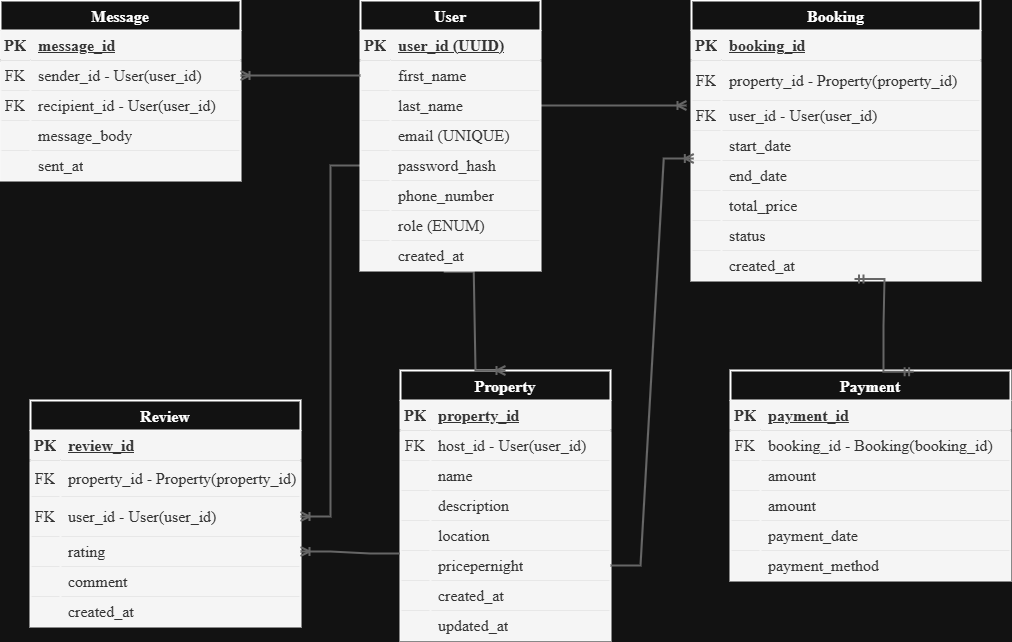
Before: ERD/erd.png, a diagram exported from draw.io (AbdurrahmanIdr/alx-airbnb-database). Source tidied: cells renumbered, new cells last; positions are measured from the earlier drawing's top-left corner, leaving out a move shared by most shapes.
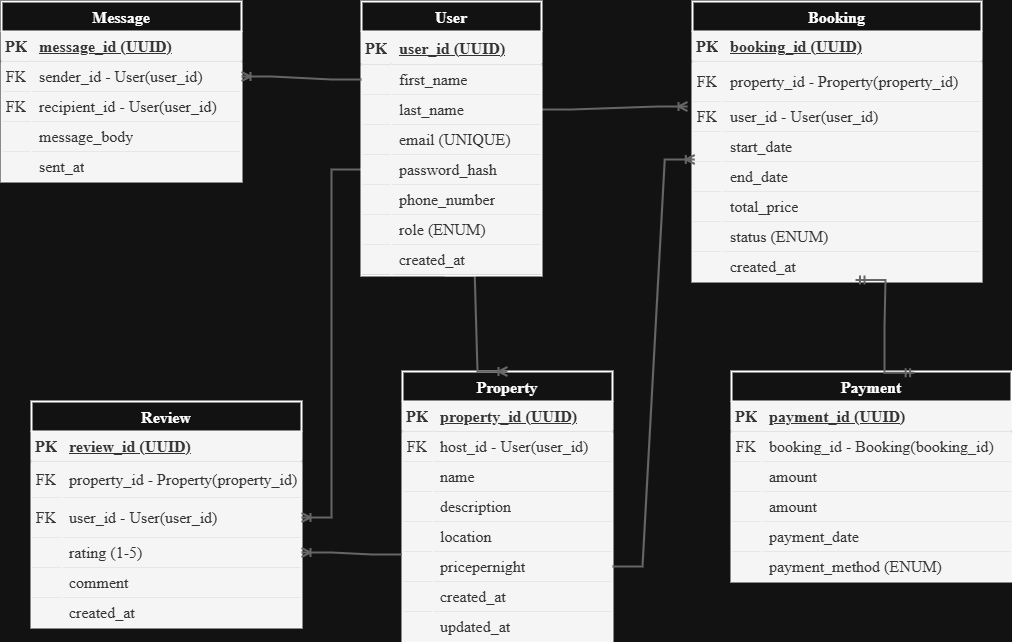
The same diagram one commit later.

Commit message:
update: updated the erd diagram to the database model

Diff of the diagram source:
```diff
@@ -3,7 +3,7 @@
     <mxCell id="0" />
     <mxCell id="1" parent="0" />
     <mxCell id="2" value="Property" style="shape=table;startSize=30;rowLines=0;fontStyle=1;align=center;strokeWidth=2;fontFamily=Garamond;fontSize=16;labelBackgroundColor=none;labelBorderColor=none;rounded=0;" parent="1" vertex="1">
-      <mxGeometry x="400" y="370" width="210" height="270" as="geometry" />
+      <mxGeometry x="401" y="370" width="210" height="270" as="geometry" />
     </mxCell>
     <mxCell id="3" style="shape=tableRow;horizontal=0;startSize=0;swimlaneHead=0;swimlaneBody=0;top=0;left=0;right=0;bottom=1;strokeWidth=2;fontFamily=Garamond;fontSize=16;labelBackgroundColor=none;labelBorderColor=none;rounded=0;fillColor=#f5f5f5;strokeColor=#666666;fontColor=#333333;" parent="2" vertex="1">
       <mxGeometry y="30" width="210" height="30" as="geometry" />
@@ -11,7 +11,7 @@
     <mxCell id="4" value="PK" style="shape=partialRectangle;top=0;left=0;bottom=0;right=0;fontStyle=1;overflow=hidden;whiteSpace=wrap;strokeWidth=2;fontFamily=Garamond;fontSize=16;labelBackgroundColor=none;labelBorderColor=none;rounded=0;fillColor=#f5f5f5;strokeColor=#666666;fontColor=#333333;" parent="3" vertex="1">
       <mxGeometry width="30" height="30" as="geometry" />
     </mxCell>
-    <mxCell id="5" value="property_id" style="shape=partialRectangle;top=0;left=0;bottom=0;right=0;align=left;spacingLeft=6;fontStyle=5;overflow=hidden;whiteSpace=wrap;strokeWidth=2;fontFamily=Garamond;fontSize=16;labelBackgroundColor=none;labelBorderColor=none;rounded=0;fillColor=#f5f5f5;strokeColor=#666666;fontColor=#333333;" parent="3" vertex="1">
+    <mxCell id="5" value="property_id (UUID)" style="shape=partialRectangle;top=0;left=0;bottom=0;right=0;align=left;spacingLeft=6;fontStyle=5;overflow=hidden;whiteSpace=wrap;strokeWidth=2;fontFamily=Garamond;fontSize=16;labelBackgroundColor=none;labelBorderColor=none;rounded=0;fillColor=#f5f5f5;strokeColor=#666666;fontColor=#333333;" parent="3" vertex="1">
       <mxGeometry x="30" width="180" height="30" as="geometry" />
     </mxCell>
     <mxCell id="6" style="shape=tableRow;horizontal=0;startSize=0;swimlaneHead=0;swimlaneBody=0;top=0;left=0;right=0;bottom=0;strokeWidth=2;fontFamily=Garamond;fontSize=16;labelBackgroundColor=none;labelBorderColor=none;rounded=0;fillColor=#f5f5f5;strokeColor=#666666;fontColor=#333333;" parent="2" vertex="1">
@@ -86,7 +86,7 @@
     <mxCell id="29" value="PK" style="shape=partialRectangle;top=0;left=0;bottom=0;right=0;fontStyle=1;overflow=hidden;whiteSpace=wrap;strokeWidth=2;fontFamily=Garamond;fontSize=16;labelBackgroundColor=none;labelBorderColor=none;rounded=0;fillColor=#f5f5f5;strokeColor=#666666;fontColor=#333333;" parent="28" vertex="1">
       <mxGeometry width="30" height="30" as="geometry" />
     </mxCell>
-    <mxCell id="30" value="booking_id" style="shape=partialRectangle;top=0;left=0;bottom=0;right=0;align=left;spacingLeft=6;fontStyle=5;overflow=hidden;whiteSpace=wrap;strokeWidth=2;fontFamily=Garamond;fontSize=16;labelBackgroundColor=none;labelBorderColor=none;rounded=0;fillColor=#f5f5f5;strokeColor=#666666;fontColor=#333333;" parent="28" vertex="1">
+    <mxCell id="30" value="booking_id (UUID)" style="shape=partialRectangle;top=0;left=0;bottom=0;right=0;align=left;spacingLeft=6;fontStyle=5;overflow=hidden;whiteSpace=wrap;strokeWidth=2;fontFamily=Garamond;fontSize=16;labelBackgroundColor=none;labelBorderColor=none;rounded=0;fillColor=#f5f5f5;strokeColor=#666666;fontColor=#333333;" parent="28" vertex="1">
       <mxGeometry x="30" width="259" height="30" as="geometry" />
     </mxCell>
     <mxCell id="31" style="shape=tableRow;horizontal=0;startSize=0;swimlaneHead=0;swimlaneBody=0;top=0;left=0;right=0;bottom=0;strokeWidth=2;fontFamily=Garamond;fontSize=16;labelBackgroundColor=none;labelBorderColor=none;rounded=0;fillColor=#f5f5f5;strokeColor=#666666;fontColor=#333333;" parent="27" vertex="1">
@@ -140,7 +140,7 @@
     <mxCell id="47" style="shape=partialRectangle;top=0;left=0;bottom=0;right=0;overflow=hidden;whiteSpace=wrap;strokeWidth=2;fontFamily=Garamond;fontSize=16;labelBackgroundColor=none;labelBorderColor=none;rounded=0;fillColor=#f5f5f5;strokeColor=#666666;fontColor=#333333;" parent="46" vertex="1">
       <mxGeometry width="30" height="30" as="geometry" />
     </mxCell>
-    <mxCell id="48" value="status" style="shape=partialRectangle;top=0;left=0;bottom=0;right=0;align=left;spacingLeft=6;overflow=hidden;whiteSpace=wrap;strokeWidth=2;fontFamily=Garamond;fontSize=16;labelBackgroundColor=none;labelBorderColor=none;rounded=0;fillColor=#f5f5f5;strokeColor=#666666;fontColor=#333333;" parent="46" vertex="1">
+    <mxCell id="48" value="status (ENUM)" style="shape=partialRectangle;top=0;left=0;bottom=0;right=0;align=left;spacingLeft=6;overflow=hidden;whiteSpace=wrap;strokeWidth=2;fontFamily=Garamond;fontSize=16;labelBackgroundColor=none;labelBorderColor=none;rounded=0;fillColor=#f5f5f5;strokeColor=#666666;fontColor=#333333;" parent="46" vertex="1">
       <mxGeometry x="30" width="259" height="30" as="geometry" />
     </mxCell>
     <mxCell id="49" style="shape=tableRow;horizontal=0;startSize=0;swimlaneHead=0;swimlaneBody=0;points=[[0,0.5],[1,0.5]];portConstraint=eastwest;top=0;left=0;right=0;bottom=0;strokeWidth=2;fontFamily=Garamond;fontSize=16;labelBackgroundColor=none;labelBorderColor=none;rounded=0;fillColor=#f5f5f5;strokeColor=#666666;fontColor=#333333;" parent="27" vertex="1">
@@ -161,7 +161,7 @@
     <mxCell id="54" value="PK" style="shape=partialRectangle;top=0;left=0;bottom=0;right=0;fontStyle=1;overflow=hidden;whiteSpace=wrap;strokeWidth=2;fontFamily=Garamond;fontSize=16;labelBackgroundColor=none;labelBorderColor=none;rounded=0;fillColor=#f5f5f5;strokeColor=#666666;fontColor=#333333;" parent="53" vertex="1">
       <mxGeometry width="30" height="30" as="geometry" />
     </mxCell>
-    <mxCell id="55" value="payment_id" style="shape=partialRectangle;top=0;left=0;bottom=0;right=0;align=left;spacingLeft=6;fontStyle=5;overflow=hidden;whiteSpace=wrap;strokeWidth=2;fontFamily=Garamond;fontSize=16;labelBackgroundColor=none;labelBorderColor=none;rounded=0;fillColor=#f5f5f5;strokeColor=#666666;fontColor=#333333;" parent="53" vertex="1">
+    <mxCell id="55" value="payment_id (UUID)" style="shape=partialRectangle;top=0;left=0;bottom=0;right=0;align=left;spacingLeft=6;fontStyle=5;overflow=hidden;whiteSpace=wrap;strokeWidth=2;fontFamily=Garamond;fontSize=16;labelBackgroundColor=none;labelBorderColor=none;rounded=0;fillColor=#f5f5f5;strokeColor=#666666;fontColor=#333333;" parent="53" vertex="1">
       <mxGeometry x="30" width="250" height="30" as="geometry" />
     </mxCell>
     <mxCell id="56" style="shape=tableRow;horizontal=0;startSize=0;swimlaneHead=0;swimlaneBody=0;top=0;left=0;right=0;bottom=0;strokeWidth=2;fontFamily=Garamond;fontSize=16;labelBackgroundColor=none;labelBorderColor=none;rounded=0;fillColor=#f5f5f5;strokeColor=#666666;fontColor=#333333;" parent="52" vertex="1">
@@ -206,7 +206,7 @@
     <mxCell id="69" style="shape=partialRectangle;top=0;left=0;bottom=0;right=0;overflow=hidden;whiteSpace=wrap;strokeWidth=2;fontFamily=Garamond;fontSize=16;labelBackgroundColor=none;labelBorderColor=none;rounded=0;fillColor=#f5f5f5;strokeColor=#666666;fontColor=#333333;" parent="68" vertex="1">
       <mxGeometry width="30" height="30" as="geometry" />
     </mxCell>
-    <mxCell id="70" value="payment_method" style="shape=partialRectangle;top=0;left=0;bottom=0;right=0;align=left;spacingLeft=6;overflow=hidden;whiteSpace=wrap;strokeWidth=2;fontFamily=Garamond;fontSize=16;labelBackgroundColor=none;labelBorderColor=none;rounded=0;fillColor=#f5f5f5;strokeColor=#666666;fontColor=#333333;" parent="68" vertex="1">
+    <mxCell id="70" value="payment_method (ENUM)" style="shape=partialRectangle;top=0;left=0;bottom=0;right=0;align=left;spacingLeft=6;overflow=hidden;whiteSpace=wrap;strokeWidth=2;fontFamily=Garamond;fontSize=16;labelBackgroundColor=none;labelBorderColor=none;rounded=0;fillColor=#f5f5f5;strokeColor=#666666;fontColor=#333333;" parent="68" vertex="1">
       <mxGeometry x="30" width="250" height="30" as="geometry" />
     </mxCell>
     <mxCell id="71" value="Message" style="shape=table;startSize=30;rowLines=0;fontStyle=1;align=center;strokeWidth=2;fontFamily=Garamond;fontSize=16;labelBackgroundColor=none;labelBorderColor=none;rounded=0;" parent="1" vertex="1">
@@ -218,7 +218,7 @@
     <mxCell id="73" value="PK" style="shape=partialRectangle;top=0;left=0;bottom=0;right=0;fontStyle=1;overflow=hidden;whiteSpace=wrap;strokeWidth=2;fontFamily=Garamond;fontSize=16;labelBackgroundColor=none;labelBorderColor=none;rounded=0;fillColor=#f5f5f5;strokeColor=#666666;fontColor=#333333;" parent="72" vertex="1">
       <mxGeometry width="30" height="30" as="geometry" />
     </mxCell>
-    <mxCell id="74" value="message_id" style="shape=partialRectangle;top=0;left=0;bottom=0;right=0;align=left;spacingLeft=6;fontStyle=5;overflow=hidden;whiteSpace=wrap;strokeWidth=2;fontFamily=Garamond;fontSize=16;labelBackgroundColor=none;labelBorderColor=none;rounded=0;fillColor=#f5f5f5;strokeColor=#666666;fontColor=#333333;" parent="72" vertex="1">
+    <mxCell id="74" value="message_id (UUID)" style="shape=partialRectangle;top=0;left=0;bottom=0;right=0;align=left;spacingLeft=6;fontStyle=5;overflow=hidden;whiteSpace=wrap;strokeWidth=2;fontFamily=Garamond;fontSize=16;labelBackgroundColor=none;labelBorderColor=none;rounded=0;fillColor=#f5f5f5;strokeColor=#666666;fontColor=#333333;" parent="72" vertex="1">
       <mxGeometry x="30" width="210" height="30" as="geometry" />
     </mxCell>
     <mxCell id="75" style="shape=tableRow;horizontal=0;startSize=0;swimlaneHead=0;swimlaneBody=0;points=[[0,0.5],[1,0.5]];portConstraint=eastwest;top=0;left=0;right=0;bottom=0;strokeWidth=2;fontFamily=Garamond;fontSize=16;labelBackgroundColor=none;labelBorderColor=none;rounded=0;fillColor=#f5f5f5;strokeColor=#666666;fontColor=#333333;" parent="71" vertex="1">
@@ -266,7 +266,7 @@
     <mxCell id="89" value="PK" style="shape=partialRectangle;top=0;left=0;bottom=0;right=0;fontStyle=1;overflow=hidden;whiteSpace=wrap;strokeWidth=2;fontFamily=Garamond;fontSize=16;labelBackgroundColor=none;labelBorderColor=none;rounded=0;fillColor=#f5f5f5;strokeColor=#666666;fontColor=#333333;" parent="88" vertex="1">
       <mxGeometry width="30" height="30" as="geometry" />
     </mxCell>
-    <mxCell id="90" value="review_id" style="shape=partialRectangle;top=0;left=0;bottom=0;right=0;align=left;spacingLeft=6;fontStyle=5;overflow=hidden;whiteSpace=wrap;strokeWidth=2;fontFamily=Garamond;fontSize=16;labelBackgroundColor=none;labelBorderColor=none;rounded=0;fillColor=#f5f5f5;strokeColor=#666666;fontColor=#333333;" parent="88" vertex="1">
+    <mxCell id="90" value="review_id (UUID)" style="shape=partialRectangle;top=0;left=0;bottom=0;right=0;align=left;spacingLeft=6;fontStyle=5;overflow=hidden;whiteSpace=wrap;strokeWidth=2;fontFamily=Garamond;fontSize=16;labelBackgroundColor=none;labelBorderColor=none;rounded=0;fillColor=#f5f5f5;strokeColor=#666666;fontColor=#333333;" parent="88" vertex="1">
       <mxGeometry x="30" width="240" height="30" as="geometry" />
     </mxCell>
     <mxCell id="91" style="shape=tableRow;horizontal=0;startSize=0;swimlaneHead=0;swimlaneBody=0;top=0;left=0;right=0;bottom=0;strokeWidth=2;fontFamily=Garamond;fontSize=16;labelBackgroundColor=none;labelBorderColor=none;rounded=0;fillColor=#f5f5f5;strokeColor=#666666;fontColor=#333333;" parent="87" vertex="1">
@@ -293,7 +293,7 @@
     <mxCell id="98" style="shape=partialRectangle;top=0;left=0;bottom=0;right=0;overflow=hidden;whiteSpace=wrap;strokeWidth=2;fontFamily=Garamond;fontSize=16;labelBackgroundColor=none;labelBorderColor=none;rounded=0;fillColor=#f5f5f5;strokeColor=#666666;fontColor=#333333;" parent="97" vertex="1">
       <mxGeometry width="30" height="30" as="geometry" />
     </mxCell>
-    <mxCell id="99" value="rating" style="shape=partialRectangle;top=0;left=0;bottom=0;right=0;align=left;spacingLeft=6;overflow=hidden;whiteSpace=wrap;strokeWidth=2;fontFamily=Garamond;fontSize=16;labelBackgroundColor=none;labelBorderColor=none;rounded=0;fillColor=#f5f5f5;strokeColor=#666666;fontColor=#333333;" parent="97" vertex="1">
+    <mxCell id="99" value="rating (1-5)" style="shape=partialRectangle;top=0;left=0;bottom=0;right=0;align=left;spacingLeft=6;overflow=hidden;whiteSpace=wrap;strokeWidth=2;fontFamily=Garamond;fontSize=16;labelBackgroundColor=none;labelBorderColor=none;rounded=0;fillColor=#f5f5f5;strokeColor=#666666;fontColor=#333333;" parent="97" vertex="1">
       <mxGeometry x="30" width="240" height="30" as="geometry" />
     </mxCell>
     <mxCell id="100" style="shape=tableRow;horizontal=0;startSize=0;swimlaneHead=0;swimlaneBody=0;top=0;left=0;right=0;bottom=0;strokeWidth=2;fontFamily=Garamond;fontSize=16;labelBackgroundColor=none;labelBorderColor=none;rounded=0;fillColor=#f5f5f5;strokeColor=#666666;fontColor=#333333;" parent="87" vertex="1">
@@ -326,19 +326,19 @@
       <mxGeometry relative="1" as="geometry" />
     </mxCell>
     <mxCell id="109" value="User" style="shape=table;startSize=30;rowLines=0;fontStyle=1;align=center;strokeWidth=2;fontFamily=Garamond;fontSize=16;labelBackgroundColor=none;labelBorderColor=none;rounded=0;" parent="1" vertex="1">
-      <mxGeometry x="360" width="180" height="270" as="geometry" />
+      <mxGeometry x="360" width="180" height="273.9" as="geometry" />
     </mxCell>
     <mxCell id="110" style="shape=tableRow;horizontal=0;startSize=0;swimlaneHead=0;swimlaneBody=0;top=0;left=0;right=0;bottom=1;strokeWidth=2;fontFamily=Garamond;fontSize=16;labelBackgroundColor=none;labelBorderColor=none;rounded=0;fillColor=#f5f5f5;strokeColor=#666666;fontColor=#333333;" parent="109" vertex="1">
-      <mxGeometry y="30" width="180" height="30" as="geometry" />
+      <mxGeometry y="30" width="180" height="33" as="geometry" />
     </mxCell>
     <mxCell id="111" value="PK" style="shape=partialRectangle;top=0;left=0;bottom=0;right=0;fontStyle=1;overflow=hidden;whiteSpace=wrap;strokeWidth=2;fontFamily=Garamond;fontSize=16;labelBackgroundColor=none;labelBorderColor=none;rounded=0;fillColor=#f5f5f5;strokeColor=#666666;fontColor=#333333;" parent="110" vertex="1">
-      <mxGeometry width="30" height="30" as="geometry" />
+      <mxGeometry width="30" height="33" as="geometry" />
     </mxCell>
     <mxCell id="112" value="user_id (UUID)" style="shape=partialRectangle;top=0;left=0;bottom=0;right=0;align=left;spacingLeft=6;fontStyle=5;overflow=hidden;whiteSpace=wrap;strokeWidth=2;fontFamily=Garamond;fontSize=16;labelBackgroundColor=none;labelBorderColor=none;rounded=0;fillColor=#f5f5f5;strokeColor=#666666;fontColor=#333333;" parent="110" vertex="1">
-      <mxGeometry x="30" width="150" height="30" as="geometry" />
+      <mxGeometry x="30" width="150" height="33" as="geometry" />
     </mxCell>
     <mxCell id="113" style="shape=tableRow;horizontal=0;startSize=0;swimlaneHead=0;swimlaneBody=0;points=[[0,0.5],[1,0.5]];portConstraint=eastwest;top=0;left=0;right=0;bottom=0;strokeWidth=2;fontFamily=Garamond;fontSize=16;labelBackgroundColor=none;labelBorderColor=none;rounded=0;fillColor=#f5f5f5;strokeColor=#666666;fontColor=#333333;" parent="109" vertex="1">
-      <mxGeometry y="60" width="180" height="30" as="geometry" />
+      <mxGeometry y="63" width="180" height="30" as="geometry" />
     </mxCell>
     <mxCell id="114" style="shape=partialRectangle;top=0;left=0;bottom=0;right=0;overflow=hidden;whiteSpace=wrap;strokeWidth=2;fontFamily=Garamond;fontSize=16;labelBackgroundColor=none;labelBorderColor=none;rounded=0;fillColor=#f5f5f5;strokeColor=#666666;fontColor=#333333;" parent="113" vertex="1">
       <mxGeometry width="30" height="30" as="geometry" />
@@ -347,7 +347,7 @@
       <mxGeometry x="30" width="150" height="30" as="geometry" />
     </mxCell>
     <mxCell id="116" style="shape=tableRow;horizontal=0;startSize=0;swimlaneHead=0;swimlaneBody=0;points=[[0,0.5],[1,0.5]];portConstraint=eastwest;top=0;left=0;right=0;bottom=0;strokeWidth=2;fontFamily=Garamond;fontSize=16;labelBackgroundColor=none;labelBorderColor=none;rounded=0;fillColor=#f5f5f5;strokeColor=#666666;fontColor=#333333;" parent="109" vertex="1">
-      <mxGeometry y="90" width="180" height="30" as="geometry" />
+      <mxGeometry y="93" width="180" height="30" as="geometry" />
     </mxCell>
     <mxCell id="117" style="shape=partialRectangle;top=0;left=0;bottom=0;right=0;overflow=hidden;whiteSpace=wrap;strokeWidth=2;fontFamily=Garamond;fontSize=16;labelBackgroundColor=none;labelBorderColor=none;rounded=0;fillColor=#f5f5f5;strokeColor=#666666;fontColor=#333333;" parent="116" vertex="1">
       <mxGeometry width="30" height="30" as="geometry" />
@@ -356,7 +356,7 @@
       <mxGeometry x="30" width="150" height="30" as="geometry" />
     </mxCell>
     <mxCell id="119" style="shape=tableRow;horizontal=0;startSize=0;swimlaneHead=0;swimlaneBody=0;top=0;left=0;right=0;bottom=0;strokeWidth=2;fontFamily=Garamond;fontSize=16;labelBackgroundColor=none;labelBorderColor=none;rounded=0;fillColor=#f5f5f5;strokeColor=#666666;fontColor=#333333;" parent="109" vertex="1">
-      <mxGeometry y="120" width="180" height="30" as="geometry" />
+      <mxGeometry y="123" width="180" height="30" as="geometry" />
     </mxCell>
     <mxCell id="120" style="shape=partialRectangle;top=0;left=0;bottom=0;right=0;overflow=hidden;whiteSpace=wrap;strokeWidth=2;fontFamily=Garamond;fontSize=16;labelBackgroundColor=none;labelBorderColor=none;rounded=0;fillColor=#f5f5f5;strokeColor=#666666;fontColor=#333333;" parent="119" vertex="1">
       <mxGeometry width="30" height="30" as="geometry" />
@@ -365,7 +365,7 @@
       <mxGeometry x="30" width="150" height="30" as="geometry" />
     </mxCell>
     <mxCell id="122" style="shape=tableRow;horizontal=0;startSize=0;swimlaneHead=0;swimlaneBody=0;points=[[0,0.5],[1,0.5]];portConstraint=eastwest;top=0;left=0;right=0;bottom=0;strokeWidth=2;fontFamily=Garamond;fontSize=16;labelBackgroundColor=none;labelBorderColor=none;rounded=0;fillColor=#f5f5f5;strokeColor=#666666;fontColor=#333333;" parent="109" vertex="1">
-      <mxGeometry y="150" width="180" height="30" as="geometry" />
+      <mxGeometry y="153" width="180" height="30" as="geometry" />
     </mxCell>
     <mxCell id="123" style="shape=partialRectangle;top=0;left=0;bottom=0;right=0;overflow=hidden;whiteSpace=wrap;strokeWidth=2;fontFamily=Garamond;fontSize=16;labelBackgroundColor=none;labelBorderColor=none;rounded=0;fillColor=#f5f5f5;strokeColor=#666666;fontColor=#333333;" parent="122" vertex="1">
       <mxGeometry width="30" height="30" as="geometry" />
@@ -374,7 +374,7 @@
       <mxGeometry x="30" width="150" height="30" as="geometry" />
     </mxCell>
     <mxCell id="125" style="shape=tableRow;horizontal=0;startSize=0;swimlaneHead=0;swimlaneBody=0;top=0;left=0;right=0;bottom=0;strokeWidth=2;fontFamily=Garamond;fontSize=16;labelBackgroundColor=none;labelBorderColor=none;rounded=0;fillColor=#f5f5f5;strokeColor=#666666;fontColor=#333333;" parent="109" vertex="1">
-      <mxGeometry y="180" width="180" height="30" as="geometry" />
+      <mxGeometry y="183" width="180" height="30" as="geometry" />
     </mxCell>
     <mxCell id="126" style="shape=partialRectangle;top=0;left=0;bottom=0;right=0;overflow=hidden;whiteSpace=wrap;strokeWidth=2;fontFamily=Garamond;fontSize=16;labelBackgroundColor=none;labelBorderColor=none;rounded=0;fillColor=#f5f5f5;strokeColor=#666666;fontColor=#333333;" parent="125" vertex="1">
       <mxGeometry width="30" height="30" as="geometry" />
@@ -383,7 +383,7 @@
       <mxGeometry x="30" width="150" height="30" as="geometry" />
     </mxCell>
     <mxCell id="128" style="shape=tableRow;horizontal=0;startSize=0;swimlaneHead=0;swimlaneBody=0;top=0;left=0;right=0;bottom=0;strokeWidth=2;fontFamily=Garamond;fontSize=16;labelBackgroundColor=none;labelBorderColor=none;rounded=0;fillColor=#f5f5f5;strokeColor=#666666;fontColor=#333333;" parent="109" vertex="1">
-      <mxGeometry y="210" width="180" height="30" as="geometry" />
+      <mxGeometry y="213" width="180" height="30" as="geometry" />
     </mxCell>
     <mxCell id="129" style="shape=partialRectangle;top=0;left=0;bottom=0;right=0;overflow=hidden;whiteSpace=wrap;strokeWidth=2;fontFamily=Garamond;fontSize=16;labelBackgroundColor=none;labelBorderColor=none;rounded=0;fillColor=#f5f5f5;strokeColor=#666666;fontColor=#333333;" parent="128" vertex="1">
       <mxGeometry width="30" height="30" as="geometry" />
@@ -392,7 +392,7 @@
       <mxGeometry x="30" width="150" height="30" as="geometry" />
     </mxCell>
     <mxCell id="131" style="shape=tableRow;horizontal=0;startSize=0;swimlaneHead=0;swimlaneBody=0;points=[[0,0.5],[1,0.5]];portConstraint=eastwest;top=0;left=0;right=0;bottom=0;strokeWidth=2;fontFamily=Garamond;fontSize=16;labelBackgroundColor=none;labelBorderColor=none;rounded=0;fillColor=#f5f5f5;strokeColor=#666666;fontColor=#333333;" parent="109" vertex="1">
-      <mxGeometry y="240" width="180" height="30" as="geometry" />
+      <mxGeometry y="243" width="180" height="30" as="geometry" />
     </mxCell>
     <mxCell id="132" style="shape=partialRectangle;top=0;left=0;bottom=0;right=0;overflow=hidden;whiteSpace=wrap;strokeWidth=2;fontFamily=Garamond;fontSize=16;labelBackgroundColor=none;labelBorderColor=none;rounded=0;fillColor=#f5f5f5;strokeColor=#666666;fontColor=#333333;" parent="131" vertex="1">
       <mxGeometry width="30" height="30" as="geometry" />
```
